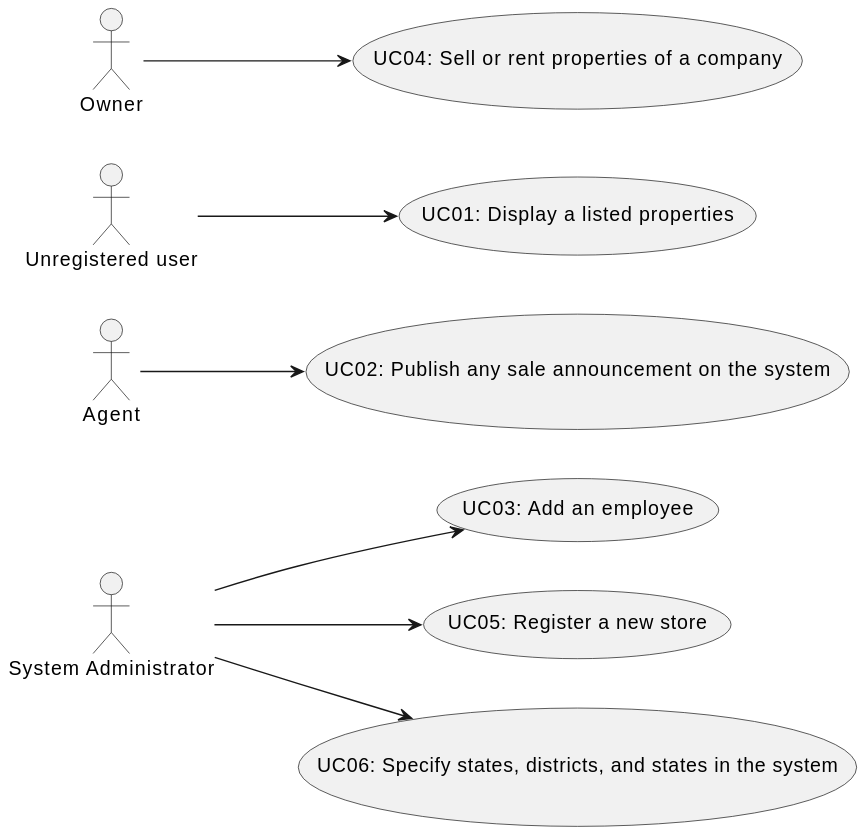
Before: docs/sprintB/global-artifacts/01.requirements-engineering/svg/use-case-diagram.svg, a diagram exported from PlantUML (PureNimble/ISEP-LAPR2).
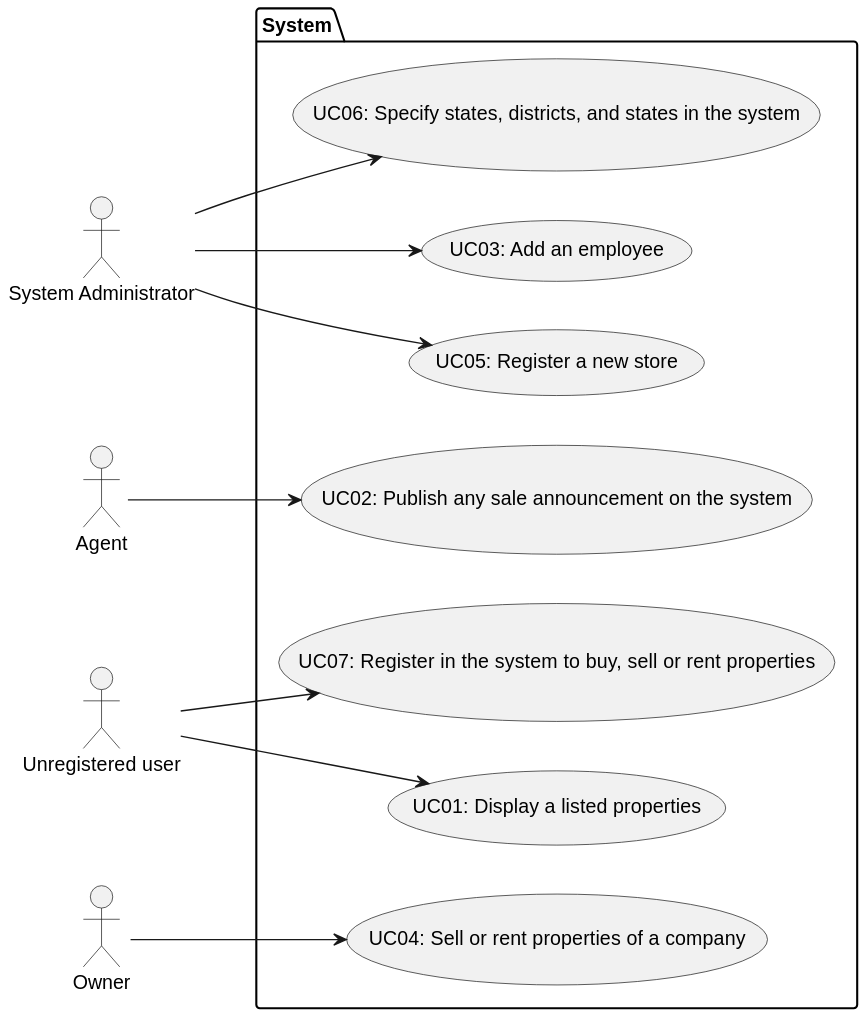
After the commit.

Commit message:
Updated Use case diagram

The edit, as a diff of the source:
```diff
@@ -1,25 +1,31 @@
 @startuml
+
 left to right direction
 
  :System Administrator: as admin
  :Agent: as agent
  :Unregistered user: as user
  :Owner: as owner
-
-    usecase "UC01: Display a listed properties" as UC1
-    usecase "UC02: Publish any sale announcement on the system" as UC2
-    usecase "UC03: Add an employee" as UC3
-    usecase "UC04: Sell or rent properties of a company" as UC4
-    usecase "UC05: Register a new store" as UC5
-    usecase "UC06: Specify states, districts, and states in the system" as UC6
-
+ package System {
+   usecase "UC01: Display a listed properties" as UC1
+   usecase "UC02: Publish any sale announcement on the system" as UC2
+   usecase "UC03: Add an employee" as UC3
+   usecase "UC04: Sell or rent properties of a company" as UC4
+   usecase "UC05: Register a new store" as UC5
+   usecase "UC06: Specify states, districts, and states in the system" as UC6
+   usecase "UC07: Register in the system to buy, sell or rent properties" as UC7
+ }
  admin --> UC5
  admin --> UC3
  admin --> UC6
 
  user --> UC1
+ user --> UC7
 
  agent --> UC2
 
  owner --> UC4
+
+
+
 @enduml
```
